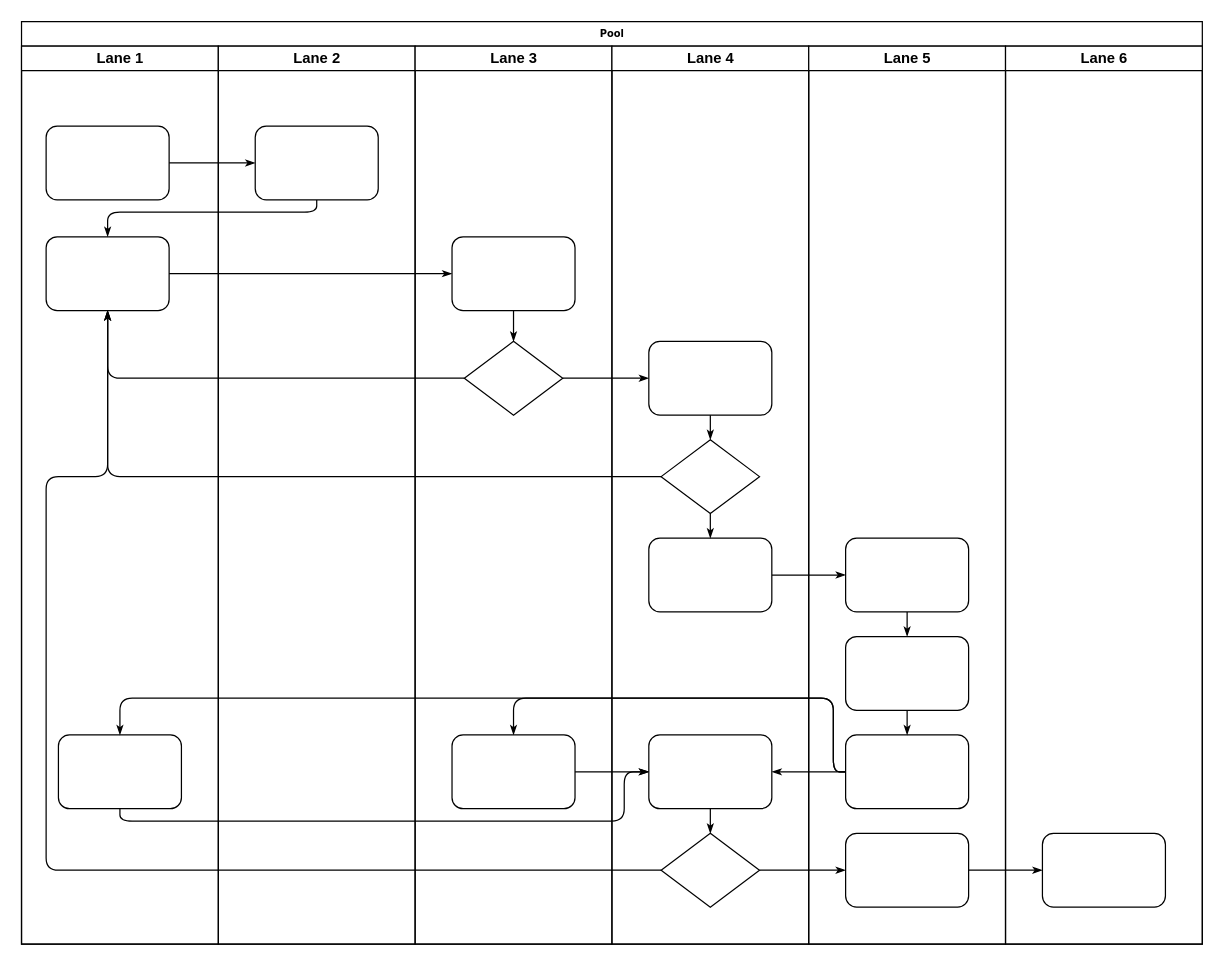
The draw.io diagram img/未命名绘图.drawio in lxambulance/cloudimg, before the edit. Source tidied: cells renumbered, new cells numbered last; positions are measured from the earlier drawing's top-left corner, leaving out a move shared by most shapes. Both pictures are drawn from the tidied source at 123%, with x=0, y=0 at pixel (21, 21).
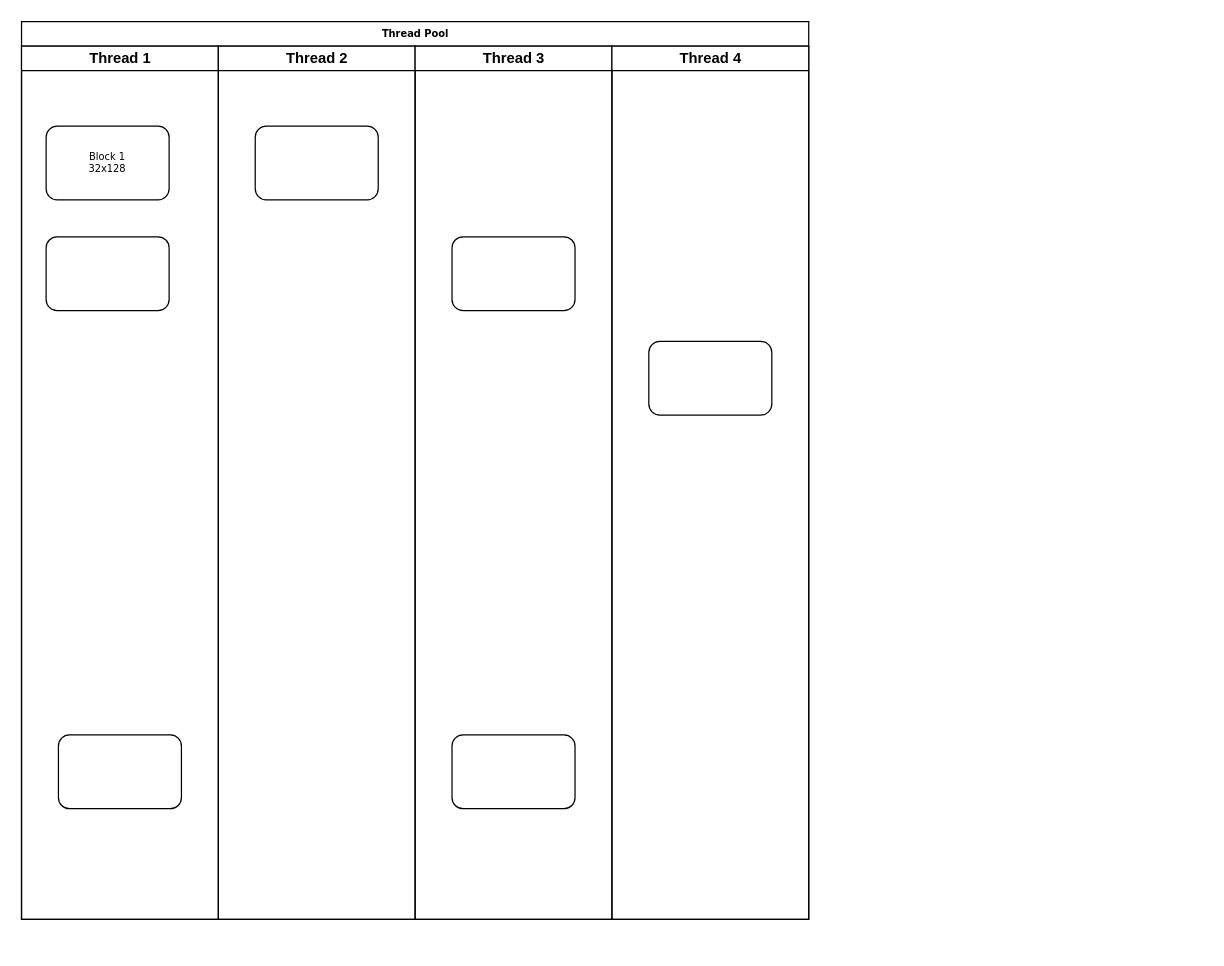
After the change.

Commit message (it also covers changes not shown here):
更新未命名绘图.drawio

The change refers to these unchanged cells:
```xml
<mxCell id="5" style="rounded=1;whiteSpace=wrap;html=1;shadow=0;labelBackgroundColor=none;strokeWidth=1;fontFamily=Verdana;fontSize=8;align=center;" parent="3" vertex="1">
  <mxGeometry x="20" y="155" width="100" height="60" as="geometry" />
</mxCell>
<mxCell id="6" style="rounded=1;whiteSpace=wrap;html=1;shadow=0;labelBackgroundColor=none;strokeWidth=1;fontFamily=Verdana;fontSize=8;align=center;" parent="3" vertex="1">
  <mxGeometry x="30" y="560" width="100" height="60" as="geometry" />
</mxCell>
<mxCell id="23" style="rounded=1;whiteSpace=wrap;html=1;shadow=0;labelBackgroundColor=none;strokeWidth=1;fontFamily=Verdana;fontSize=8;align=center;" parent="22" vertex="1">
  <mxGeometry x="30" y="65" width="100" height="60" as="geometry" />
</mxCell>
<mxCell id="25" style="rounded=1;whiteSpace=wrap;html=1;shadow=0;labelBackgroundColor=none;strokeWidth=1;fontFamily=Verdana;fontSize=8;align=center;" parent="24" vertex="1">
  <mxGeometry x="30" y="155" width="100" height="60" as="geometry" />
</mxCell>
<mxCell id="27" style="rounded=1;whiteSpace=wrap;html=1;shadow=0;labelBackgroundColor=none;strokeWidth=1;fontFamily=Verdana;fontSize=8;align=center;" parent="24" vertex="1">
  <mxGeometry x="30" y="560" width="100" height="60" as="geometry" />
</mxCell>
<mxCell id="30" style="rounded=1;whiteSpace=wrap;html=1;shadow=0;labelBackgroundColor=none;strokeWidth=1;fontFamily=Verdana;fontSize=8;align=center;" parent="29" vertex="1">
  <mxGeometry x="30" y="240" width="100" height="60" as="geometry" />
</mxCell>
```

The edit, as a diff of the source:
```diff
@@
-    <mxCell id="2" value="Pool" style="swimlane;html=1;startSize=20;rounded=0;shadow=0;labelBackgroundColor=none;strokeWidth=1;fontFamily=Verdana;fontSize=8;align=center;" parent="1" vertex="1">
-      <mxGeometry width="960" height="750" as="geometry" />
+    <mxCell id="2" value="Thread Pool" style="swimlane;html=1;startSize=20;rounded=0;shadow=0;labelBackgroundColor=none;strokeWidth=1;fontFamily=Verdana;fontSize=8;align=center;" parent="1" vertex="1">
+      <mxGeometry width="640" height="730" as="geometry" />
     </mxCell>
-    <mxCell id="3" value="Lane 1" style="swimlane;html=1;startSize=20;" parent="2" vertex="1">
-      <mxGeometry y="20" width="160" height="730" as="geometry" />
+    <mxCell id="3" value="Thread 1" style="swimlane;html=1;startSize=20;" parent="2" vertex="1">
+      <mxGeometry y="20" width="160" height="710" as="geometry" />
     </mxCell>
-    <mxCell id="4" style="rounded=1;whiteSpace=wrap;html=1;shadow=0;labelBackgroundColor=none;strokeWidth=1;fontFamily=Verdana;fontSize=8;align=center;" parent="3" vertex="1">
+    <mxCell id="4" value="Block 1&lt;div&gt;32x128&lt;/div&gt;" style="rounded=1;whiteSpace=wrap;html=1;shadow=0;labelBackgroundColor=none;strokeWidth=1;fontFamily=Verdana;fontSize=8;align=center;" parent="3" vertex="1">
       <mxGeometry x="20" y="65" width="100" height="60" as="geometry" />
     </mxCell>
@@
-    <mxCell id="7" style="edgeStyle=orthogonalEdgeStyle;rounded=1;html=1;labelBackgroundColor=none;startArrow=none;startFill=0;startSize=5;endArrow=classicThin;endFill=1;endSize=5;jettySize=auto;strokeWidth=1;fontFamily=Verdana;fontSize=8;" parent="2" edge="1" source="4" target="23">
-      <mxGeometry relative="1" as="geometry" />
-    </mxCell>
-    <mxCell id="8" style="edgeStyle=orthogonalEdgeStyle;rounded=1;html=1;labelBackgroundColor=none;startArrow=none;startFill=0;startSize=5;endArrow=classicThin;endFill=1;endSize=5;jettySize=auto;strokeWidth=1;fontFamily=Verdana;fontSize=8;" parent="2" edge="1" source="23" target="5">
-      <mxGeometry relative="1" as="geometry">
-        <Array as="points">
-          <mxPoint x="240" y="155" />
-          <mxPoint x="70" y="155" />
-        </Array>
-      </mxGeometry>
-    </mxCell>
-    <mxCell id="9" style="edgeStyle=orthogonalEdgeStyle;rounded=1;html=1;labelBackgroundColor=none;startArrow=none;startFill=0;startSize=5;endArrow=classicThin;endFill=1;endSize=5;jettySize=auto;strokeWidth=1;fontFamily=Verdana;fontSize=8;" parent="2" edge="1" source="5" target="25">
-      <mxGeometry relative="1" as="geometry" />
-    </mxCell>
-    <mxCell id="10" style="edgeStyle=orthogonalEdgeStyle;rounded=1;html=1;labelBackgroundColor=none;startArrow=none;startFill=0;startSize=5;endArrow=classicThin;endFill=1;endSize=5;jettySize=auto;strokeWidth=1;fontFamily=Verdana;fontSize=8;" parent="2" edge="1" source="26" target="5">
-      <mxGeometry relative="1" as="geometry" />
-    </mxCell>
-    <mxCell id="11" style="edgeStyle=orthogonalEdgeStyle;rounded=1;html=1;labelBackgroundColor=none;startArrow=none;startFill=0;startSize=5;endArrow=classicThin;endFill=1;endSize=5;jettySize=auto;strokeWidth=1;fontFamily=Verdana;fontSize=8;" parent="2" edge="1" source="31" target="5">
-      <mxGeometry relative="1" as="geometry" />
-    </mxCell>
-    <mxCell id="12" style="edgeStyle=orthogonalEdgeStyle;rounded=1;html=1;labelBackgroundColor=none;startArrow=none;startFill=0;startSize=5;endArrow=classicThin;endFill=1;endSize=5;jettySize=auto;strokeWidth=1;fontFamily=Verdana;fontSize=8;" parent="2" edge="1" source="34" target="5">
-      <mxGeometry relative="1" as="geometry">
-        <Array as="points">
-          <mxPoint x="20" y="690" />
-          <mxPoint x="20" y="370" />
-          <mxPoint x="70" y="370" />
-        </Array>
-      </mxGeometry>
-    </mxCell>
-    <mxCell id="13" style="edgeStyle=orthogonalEdgeStyle;rounded=1;html=1;labelBackgroundColor=none;startArrow=none;startFill=0;startSize=5;endArrow=classicThin;endFill=1;endSize=5;jettySize=auto;strokeWidth=1;fontFamily=Verdana;fontSize=8;" parent="2" edge="1" source="26" target="30">
-      <mxGeometry relative="1" as="geometry" />
-    </mxCell>
-    <mxCell id="14" style="edgeStyle=orthogonalEdgeStyle;rounded=1;html=1;labelBackgroundColor=none;startArrow=none;startFill=0;startSize=5;endArrow=classicThin;endFill=1;endSize=5;jettySize=auto;strokeWidth=1;fontFamily=Verdana;fontSize=8;" parent="2" edge="1" source="34" target="42">
-      <mxGeometry relative="1" as="geometry" />
-    </mxCell>
-    <mxCell id="15" style="edgeStyle=orthogonalEdgeStyle;rounded=1;html=1;labelBackgroundColor=none;startArrow=none;startFill=0;startSize=5;endArrow=classicThin;endFill=1;endSize=5;jettySize=auto;strokeWidth=1;fontFamily=Verdana;fontSize=8;" parent="2" edge="1" source="42" target="46">
-      <mxGeometry relative="1" as="geometry" />
+    <mxCell id="15" style="edgeStyle=orthogonalEdgeStyle;rounded=1;html=1;labelBackgroundColor=none;startArrow=none;startFill=0;startSize=5;endArrow=classicThin;endFill=1;endSize=5;jettySize=auto;orthogonalLoop=1;strokeWidth=1;fontFamily=Verdana;fontSize=8;" parent="2" edge="1">
+      <mxGeometry relative="1" as="geometry">
+        <mxPoint x="770" y="690" as="sourcePoint" />
+      </mxGeometry>
     </mxCell>
-    <mxCell id="16" style="edgeStyle=orthogonalEdgeStyle;rounded=1;html=1;labelBackgroundColor=none;startArrow=none;startFill=0;startSize=5;endArrow=classicThin;endFill=1;endSize=5;jettySize=auto;strokeWidth=1;fontFamily=Verdana;fontSize=8;" parent="2" edge="1" source="32" target="39">
-      <mxGeometry relative="1" as="geometry" />
-    </mxCell>
-    <mxCell id="17" style="edgeStyle=orthogonalEdgeStyle;rounded=1;html=1;labelBackgroundColor=none;startArrow=none;startFill=0;startSize=5;endArrow=classicThin;endFill=1;endSize=5;jettySize=auto;strokeWidth=1;fontFamily=Verdana;fontSize=8;" parent="2" edge="1" source="41" target="27">
-      <mxGeometry relative="1" as="geometry">
-        <Array as="points">
-          <mxPoint x="660" y="610" />
-          <mxPoint x="660" y="550" />
-          <mxPoint x="400" y="550" />
-        </Array>
-      </mxGeometry>
-    </mxCell>
-    <mxCell id="18" style="edgeStyle=orthogonalEdgeStyle;rounded=1;html=1;labelBackgroundColor=none;startArrow=none;startFill=0;startSize=5;endArrow=classicThin;endFill=1;endSize=5;jettySize=auto;strokeColor=#000000;strokeWidth=1;fontFamily=Verdana;fontSize=8;fontColor=#000000;" parent="2" edge="1" source="41" target="33">
-      <mxGeometry relative="1" as="geometry" />
-    </mxCell>
-    <mxCell id="19" style="edgeStyle=orthogonalEdgeStyle;rounded=1;html=1;labelBackgroundColor=none;startArrow=none;startFill=0;startSize=5;endArrow=classicThin;endFill=1;endSize=5;jettySize=auto;strokeWidth=1;fontFamily=Verdana;fontSize=8;" parent="2" edge="1" source="41" target="6">
-      <mxGeometry relative="1" as="geometry">
-        <Array as="points">
-          <mxPoint x="660" y="610" />
-          <mxPoint x="660" y="550" />
-          <mxPoint x="80" y="550" />
-        </Array>
-      </mxGeometry>
-    </mxCell>
-    <mxCell id="20" style="edgeStyle=orthogonalEdgeStyle;rounded=1;html=1;labelBackgroundColor=none;startArrow=none;startFill=0;startSize=5;endArrow=classicThin;endFill=1;endSize=5;jettySize=auto;strokeWidth=1;fontFamily=Verdana;fontSize=8;" parent="2" edge="1" source="6" target="33">
-      <mxGeometry relative="1" as="geometry">
-        <Array as="points">
-          <mxPoint x="80" y="650" />
-          <mxPoint x="490" y="650" />
-          <mxPoint x="490" y="610" />
-        </Array>
-      </mxGeometry>
-    </mxCell>
-    <mxCell id="21" style="edgeStyle=orthogonalEdgeStyle;rounded=1;html=1;labelBackgroundColor=none;startArrow=none;startFill=0;startSize=5;endArrow=classicThin;endFill=1;endSize=5;jettySize=auto;strokeWidth=1;fontFamily=Verdana;fontSize=8;" parent="2" edge="1" source="27" target="33">
-      <mxGeometry relative="1" as="geometry" />
-    </mxCell>
-    <mxCell id="22" value="Lane 2" style="swimlane;html=1;startSize=20;" parent="2" vertex="1">
-      <mxGeometry x="160" y="20" width="160" height="730" as="geometry" />
+    <mxCell id="22" value="Thread 2" style="swimlane;html=1;startSize=20;" parent="2" vertex="1">
+      <mxGeometry x="160" y="20" width="160" height="710" as="geometry" />
     </mxCell>
@@
-    <mxCell id="24" value="Lane 3" style="swimlane;html=1;startSize=20;" parent="2" vertex="1">
-      <mxGeometry x="320" y="20" width="160" height="730" as="geometry" />
+    <mxCell id="24" value="Thread 3" style="swimlane;html=1;startSize=20;" parent="2" vertex="1">
+      <mxGeometry x="320" y="20" width="160" height="710" as="geometry" />
     </mxCell>
@@
-    <mxCell id="26" style="rhombus;whiteSpace=wrap;html=1;rounded=0;shadow=0;labelBackgroundColor=none;strokeWidth=1;fontFamily=Verdana;fontSize=8;align=center;" parent="24" vertex="1">
-      <mxGeometry x="40" y="240" width="80" height="60" as="geometry" />
-    </mxCell>
@@
-    <mxCell id="28" style="edgeStyle=orthogonalEdgeStyle;rounded=1;html=1;labelBackgroundColor=none;startArrow=none;startFill=0;startSize=5;endArrow=classicThin;endFill=1;endSize=5;jettySize=auto;strokeWidth=1;fontFamily=Verdana;fontSize=8;" parent="24" edge="1" source="25" target="26">
-      <mxGeometry relative="1" as="geometry" />
-    </mxCell>
-    <mxCell id="29" value="Lane 4" style="swimlane;html=1;startSize=20;" parent="2" vertex="1">
-      <mxGeometry x="480" y="20" width="160" height="730" as="geometry" />
+    <mxCell id="29" value="Thread 4" style="swimlane;html=1;startSize=20;" parent="2" vertex="1">
+      <mxGeometry x="480" y="20" width="160" height="710" as="geometry" />
     </mxCell>
@@
-    <mxCell id="31" style="rhombus;whiteSpace=wrap;html=1;rounded=0;shadow=0;labelBackgroundColor=none;strokeWidth=1;fontFamily=Verdana;fontSize=8;align=center;" parent="29" vertex="1">
-      <mxGeometry x="40" y="320" width="80" height="60" as="geometry" />
-    </mxCell>
-    <mxCell id="32" style="rounded=1;whiteSpace=wrap;html=1;shadow=0;labelBackgroundColor=none;strokeWidth=1;fontFamily=Verdana;fontSize=8;align=center;" parent="29" vertex="1">
-      <mxGeometry x="30" y="400" width="100" height="60" as="geometry" />
-    </mxCell>
-    <mxCell id="33" style="rounded=1;whiteSpace=wrap;html=1;shadow=0;labelBackgroundColor=none;strokeWidth=1;fontFamily=Verdana;fontSize=8;align=center;" parent="29" vertex="1">
-      <mxGeometry x="30" y="560" width="100" height="60" as="geometry" />
-    </mxCell>
-    <mxCell id="34" style="rhombus;whiteSpace=wrap;html=1;rounded=0;shadow=0;labelBackgroundColor=none;strokeWidth=1;fontFamily=Verdana;fontSize=8;align=center;" parent="29" vertex="1">
-      <mxGeometry x="40" y="640" width="80" height="60" as="geometry" />
-    </mxCell>
-    <mxCell id="35" style="edgeStyle=orthogonalEdgeStyle;rounded=1;html=1;labelBackgroundColor=none;startArrow=none;startFill=0;startSize=5;endArrow=classicThin;endFill=1;endSize=5;jettySize=auto;strokeColor=#000000;strokeWidth=1;fontFamily=Verdana;fontSize=8;fontColor=#000000;" parent="29" edge="1" source="30" target="31">
-      <mxGeometry relative="1" as="geometry" />
-    </mxCell>
-    <mxCell id="36" style="edgeStyle=orthogonalEdgeStyle;rounded=1;html=1;labelBackgroundColor=none;startArrow=none;startFill=0;startSize=5;endArrow=classicThin;endFill=1;endSize=5;jettySize=auto;strokeWidth=1;fontFamily=Verdana;fontSize=8;" parent="29" edge="1" source="31" target="32">
-      <mxGeometry relative="1" as="geometry" />
-    </mxCell>
-    <mxCell id="37" style="edgeStyle=orthogonalEdgeStyle;rounded=1;html=1;labelBackgroundColor=none;startArrow=none;startFill=0;startSize=5;endArrow=classicThin;endFill=1;endSize=5;jettySize=auto;strokeWidth=1;fontFamily=Verdana;fontSize=8;" parent="29" edge="1" source="33" target="34">
-      <mxGeometry relative="1" as="geometry" />
-    </mxCell>
-    <mxCell id="38" value="Lane 5" style="swimlane;html=1;startSize=20;" parent="2" vertex="1">
-      <mxGeometry x="640" y="20" width="160" height="730" as="geometry" />
-    </mxCell>
-    <mxCell id="39" style="rounded=1;whiteSpace=wrap;html=1;shadow=0;labelBackgroundColor=none;strokeWidth=1;fontFamily=Verdana;fontSize=8;align=center;" parent="38" vertex="1">
-      <mxGeometry x="30" y="400" width="100" height="60" as="geometry" />
-    </mxCell>
-    <mxCell id="40" style="rounded=1;whiteSpace=wrap;html=1;shadow=0;labelBackgroundColor=none;strokeWidth=1;fontFamily=Verdana;fontSize=8;align=center;" parent="38" vertex="1">
-      <mxGeometry x="30" y="480" width="100" height="60" as="geometry" />
-    </mxCell>
-    <mxCell id="41" style="rounded=1;whiteSpace=wrap;html=1;shadow=0;labelBackgroundColor=none;strokeWidth=1;fontFamily=Verdana;fontSize=8;align=center;" parent="38" vertex="1">
-      <mxGeometry x="30" y="560" width="100" height="60" as="geometry" />
-    </mxCell>
-    <mxCell id="42" style="rounded=1;whiteSpace=wrap;html=1;shadow=0;labelBackgroundColor=none;strokeWidth=1;fontFamily=Verdana;fontSize=8;align=center;" parent="38" vertex="1">
-      <mxGeometry x="30" y="640" width="100" height="60" as="geometry" />
-    </mxCell>
-    <mxCell id="43" style="edgeStyle=orthogonalEdgeStyle;rounded=1;html=1;labelBackgroundColor=none;startArrow=none;startFill=0;startSize=5;endArrow=classicThin;endFill=1;endSize=5;jettySize=auto;strokeWidth=1;fontFamily=Verdana;fontSize=8;" parent="38" edge="1" source="39" target="40">
-      <mxGeometry relative="1" as="geometry" />
-    </mxCell>
-    <mxCell id="44" style="edgeStyle=orthogonalEdgeStyle;rounded=1;html=1;labelBackgroundColor=none;startArrow=none;startFill=0;startSize=5;endArrow=classicThin;endFill=1;endSize=5;jettySize=auto;strokeWidth=1;fontFamily=Verdana;fontSize=8;" parent="38" edge="1" source="40" target="41">
-      <mxGeometry relative="1" as="geometry" />
-    </mxCell>
-    <mxCell id="45" value="Lane 6" style="swimlane;html=1;startSize=20;" parent="2" vertex="1">
-      <mxGeometry x="800" y="20" width="160" height="730" as="geometry" />
-    </mxCell>
-    <mxCell id="46" style="rounded=1;whiteSpace=wrap;html=1;shadow=0;labelBackgroundColor=none;strokeWidth=1;fontFamily=Verdana;fontSize=8;align=center;" parent="45" vertex="1">
-      <mxGeometry x="30" y="640" width="100" height="60" as="geometry" />
-    </mxCell>
```
